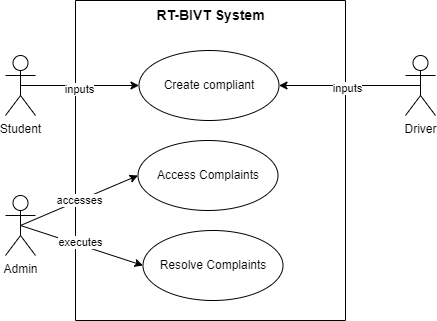
This is Project Real-Time Bus ID Verification and Tracking/DOCUMENTATION/UseCaseDiagrams/ComplaintManagement.drawio.png from Abubakar-doc/FYP-24-SE-A-204, a draw.io export, as it was before one commit. Source tidied: cells renumbered, new cells last; positions are measured from the earlier drawing's top-left corner, leaving out a move shared by most shapes. The source it was exported from:
```xml
<mxGraphModel>
  <root>
    <mxCell id="0" />
    <mxCell id="1" parent="0" />
    <mxCell id="2" style="swimlane;startSize=0;" parent="1" vertex="1">
      <mxGeometry x="70" width="270" height="320" as="geometry" />
    </mxCell>
    <mxCell id="3" value="Create compliant" style="ellipse;whiteSpace=wrap;html=1;" parent="2" vertex="1">
      <mxGeometry x="63.5" y="50" width="140" height="70" as="geometry" />
    </mxCell>
    <mxCell id="4" value="Resolve Complaints" style="ellipse;whiteSpace=wrap;html=1;" parent="2" vertex="1">
      <mxGeometry x="67.5" y="230" width="140" height="70" as="geometry" />
    </mxCell>
    <mxCell id="5" value="Access Complaints" style="ellipse;whiteSpace=wrap;html=1;" parent="2" vertex="1">
      <mxGeometry x="62.5" y="140" width="140" height="70" as="geometry" />
    </mxCell>
    <mxCell id="6" value="&lt;b&gt;&lt;font style=&quot;font-size: 14px;&quot;&gt;RT-BIVT System&lt;/font&gt;&lt;/b&gt;" style="text;html=1;align=center;verticalAlign=middle;strokeColor=none;fillColor=none;" parent="2" vertex="1">
      <mxGeometry x="70" width="130" height="30" as="geometry" />
    </mxCell>
    <mxCell id="7" style="rounded=0;jettySize=auto;html=1;exitX=0.5;exitY=0.5;exitDx=0;exitDy=0;exitPerimeter=0;entryX=1;entryY=0.5;entryDx=0;entryDy=0;" parent="1" edge="1" source="9" target="3">
      <mxGeometry relative="1" as="geometry" />
    </mxCell>
    <mxCell id="8" value="inputs" style="edgeLabel;html=1;align=center;verticalAlign=middle;" parent="7" vertex="1">
      <mxGeometry x="0.05" y="2" relative="1" as="geometry" />
    </mxCell>
    <mxCell id="9" value="Driver" style="shape=umlActor;verticalLabelPosition=bottom;verticalAlign=top;html=1;" parent="1" vertex="1">
      <mxGeometry x="400" y="55" width="30" height="60" as="geometry" />
    </mxCell>
    <mxCell id="10" style="rounded=0;jettySize=auto;html=1;exitX=0.5;exitY=0.5;exitDx=0;exitDy=0;exitPerimeter=0;entryX=0;entryY=0.5;entryDx=0;entryDy=0;" parent="1" edge="1" source="14" target="5">
      <mxGeometry relative="1" as="geometry" />
    </mxCell>
    <mxCell id="11" value="accesses" style="edgeLabel;html=1;align=center;verticalAlign=middle;" parent="10" vertex="1">
      <mxGeometry relative="1" as="geometry" />
    </mxCell>
    <mxCell id="12" style="rounded=0;jettySize=auto;html=1;exitX=0.5;exitY=0.5;exitDx=0;exitDy=0;exitPerimeter=0;entryX=0;entryY=0.5;entryDx=0;entryDy=0;" parent="1" edge="1" source="14" target="4">
      <mxGeometry relative="1" as="geometry" />
    </mxCell>
    <mxCell id="13" value="executes" style="edgeLabel;html=1;align=center;verticalAlign=middle;" parent="12" vertex="1">
      <mxGeometry x="-0.04" y="3" relative="1" as="geometry" />
    </mxCell>
    <mxCell id="14" value="Admin" style="shape=umlActor;verticalLabelPosition=bottom;verticalAlign=top;html=1;" parent="1" vertex="1">
      <mxGeometry y="195" width="30" height="60" as="geometry" />
    </mxCell>
    <mxCell id="15" style="rounded=0;jettySize=auto;html=1;exitX=0.5;exitY=0.5;exitDx=0;exitDy=0;exitPerimeter=0;entryX=0;entryY=0.5;entryDx=0;entryDy=0;" parent="1" edge="1" source="17" target="3">
      <mxGeometry relative="1" as="geometry" />
    </mxCell>
    <mxCell id="16" value="inputs" style="edgeLabel;html=1;align=center;verticalAlign=middle;" parent="15" vertex="1">
      <mxGeometry x="-0.03" y="-3" relative="1" as="geometry" />
    </mxCell>
    <mxCell id="17" value="Student" style="shape=umlActor;verticalLabelPosition=bottom;verticalAlign=top;html=1;" parent="1" vertex="1">
      <mxGeometry y="55" width="30" height="60" as="geometry" />
    </mxCell>
  </root>
</mxGraphModel>
```
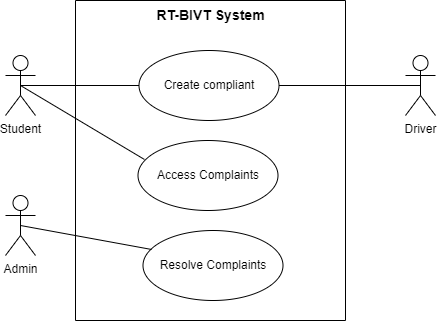
The same file after the commit.

What changed in the source:
```diff
@@ -17,38 +17,26 @@
     <mxCell id="6" value="&lt;b&gt;&lt;font style=&quot;font-size: 14px;&quot;&gt;RT-BIVT System&lt;/font&gt;&lt;/b&gt;" style="text;html=1;align=center;verticalAlign=middle;strokeColor=none;fillColor=none;" parent="2" vertex="1">
       <mxGeometry x="70" width="130" height="30" as="geometry" />
     </mxCell>
-    <mxCell id="7" style="rounded=0;jettySize=auto;html=1;exitX=0.5;exitY=0.5;exitDx=0;exitDy=0;exitPerimeter=0;entryX=1;entryY=0.5;entryDx=0;entryDy=0;" parent="1" edge="1" source="9" target="3">
-      <mxGeometry relative="1" as="geometry" />
-    </mxCell>
-    <mxCell id="8" value="inputs" style="edgeLabel;html=1;align=center;verticalAlign=middle;" parent="7" vertex="1">
-      <mxGeometry x="0.05" y="2" relative="1" as="geometry" />
-    </mxCell>
     <mxCell id="9" value="Driver" style="shape=umlActor;verticalLabelPosition=bottom;verticalAlign=top;html=1;" parent="1" vertex="1">
       <mxGeometry x="400" y="55" width="30" height="60" as="geometry" />
     </mxCell>
-    <mxCell id="10" style="rounded=0;jettySize=auto;html=1;exitX=0.5;exitY=0.5;exitDx=0;exitDy=0;exitPerimeter=0;entryX=0;entryY=0.5;entryDx=0;entryDy=0;" parent="1" edge="1" source="14" target="5">
-      <mxGeometry relative="1" as="geometry" />
-    </mxCell>
-    <mxCell id="11" value="accesses" style="edgeLabel;html=1;align=center;verticalAlign=middle;" parent="10" vertex="1">
-      <mxGeometry relative="1" as="geometry" />
-    </mxCell>
+    <mxCell id="14" value="Admin" style="shape=umlActor;verticalLabelPosition=bottom;verticalAlign=top;html=1;" parent="1" vertex="1">
+      <mxGeometry y="195" width="30" height="60" as="geometry" />
+    </mxCell>
+    <mxCell id="17" value="Student" style="shape=umlActor;verticalLabelPosition=bottom;verticalAlign=top;html=1;" parent="1" vertex="1">
+      <mxGeometry y="55" width="30" height="60" as="geometry" />
+    </mxCell>
+    <mxCell id="15" style="endArrow=none;html=1;rounded=0;exitX=0.5;exitY=0.5;exitDx=0;exitDy=0;exitPerimeter=0;entryX=0;entryY=0.5;entryDx=0;entryDy=0;" parent="1" edge="1" source="17" target="3">
+      <mxGeometry relative="1" as="geometry" />
+    </mxCell>
+    <mxCell id="18" style="endArrow=none;html=1;rounded=0;exitX=0.5;exitY=0.5;exitDx=0;exitDy=0;exitPerimeter=0;entryX=0.046;entryY=0.271;entryDx=0;entryDy=0;entryPerimeter=0;" parent="1" edge="1" source="17" target="5">
+      <mxGeometry relative="1" as="geometry" />
+    </mxCell>
-    <mxCell id="12" style="rounded=0;jettySize=auto;html=1;exitX=0.5;exitY=0.5;exitDx=0;exitDy=0;exitPerimeter=0;entryX=0;entryY=0.5;entryDx=0;entryDy=0;" parent="1" edge="1" source="14" target="4">
+    <mxCell id="12" style="endArrow=none;html=1;rounded=0;exitX=0.5;exitY=0.5;exitDx=0;exitDy=0;exitPerimeter=0;entryX=0.061;entryY=0.271;entryDx=0;entryDy=0;entryPerimeter=0;" parent="1" edge="1" source="14" target="4">
       <mxGeometry relative="1" as="geometry" />
     </mxCell>
-    <mxCell id="13" value="executes" style="edgeLabel;html=1;align=center;verticalAlign=middle;" parent="12" vertex="1">
-      <mxGeometry x="-0.04" y="3" relative="1" as="geometry" />
-    </mxCell>
-    <mxCell id="14" value="Admin" style="shape=umlActor;verticalLabelPosition=bottom;verticalAlign=top;html=1;" parent="1" vertex="1">
-      <mxGeometry y="195" width="30" height="60" as="geometry" />
-    </mxCell>
-    <mxCell id="15" style="rounded=0;jettySize=auto;html=1;exitX=0.5;exitY=0.5;exitDx=0;exitDy=0;exitPerimeter=0;entryX=0;entryY=0.5;entryDx=0;entryDy=0;" parent="1" edge="1" source="17" target="3">
-      <mxGeometry relative="1" as="geometry" />
-    </mxCell>
-    <mxCell id="16" value="inputs" style="edgeLabel;html=1;align=center;verticalAlign=middle;" parent="15" vertex="1">
-      <mxGeometry x="-0.03" y="-3" relative="1" as="geometry" />
-    </mxCell>
-    <mxCell id="17" value="Student" style="shape=umlActor;verticalLabelPosition=bottom;verticalAlign=top;html=1;" parent="1" vertex="1">
-      <mxGeometry y="55" width="30" height="60" as="geometry" />
-    </mxCell>
+    <mxCell id="19" style="endArrow=none;html=1;rounded=0;exitX=1;exitY=0.5;exitDx=0;exitDy=0;entryX=0.5;entryY=0.5;entryDx=0;entryDy=0;entryPerimeter=0;" parent="1" edge="1" source="3" target="9">
+      <mxGeometry relative="1" as="geometry" />
+    </mxCell>
   </root>
 </mxGraphModel>
```
